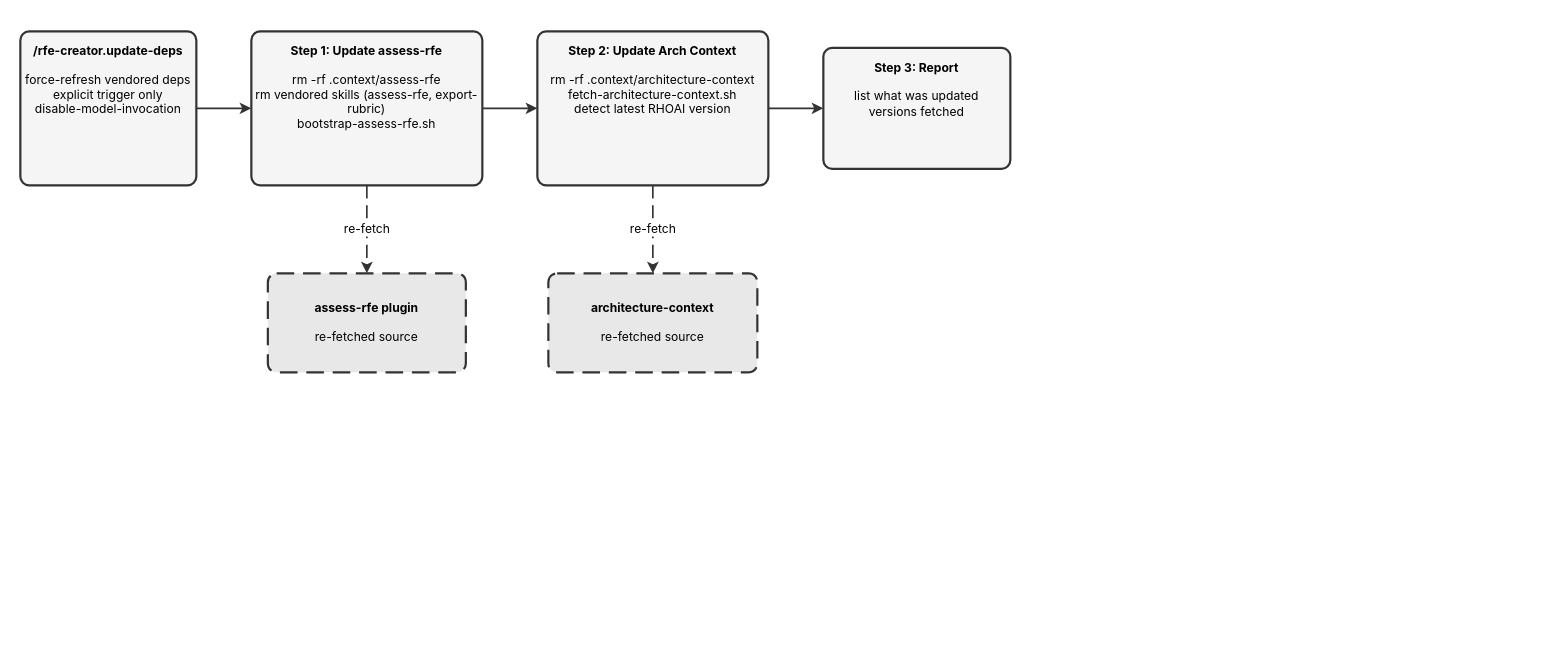
Earlier version of the draw.io diagram site/docs/plugins/rfe-creator/rfe-creator.update-deps.drawio (fege/skills-registry). Source tidied: cells renumbered, new cells numbered last; positions are measured from the earlier drawing's top-left corner, leaving out a move shared by most shapes. Both pictures are drawn from the tidied source at 110%, with x=0, y=0 at pixel (20, 31).
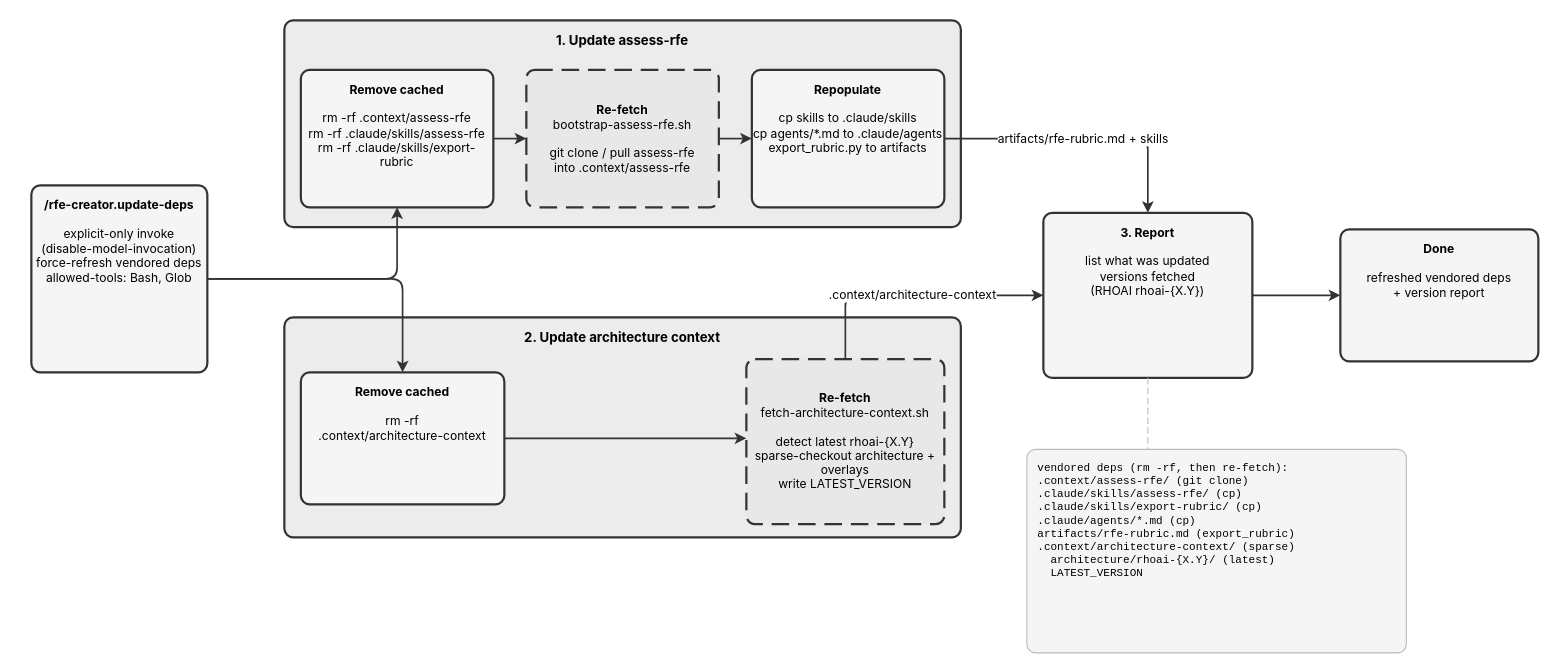
The same page after the edit.

The edit, as a diff of the source:
```diff
@@
-    <mxCell id="2" value="&lt;b&gt;/rfe-creator.update-deps&lt;/b&gt;&lt;br&gt;&lt;br&gt;force-refresh vendored deps&lt;br&gt;explicit trigger only&lt;br&gt;disable-model-invocation" style="rounded=1;whiteSpace=wrap;html=1;fillColor=#f5f5f5;strokeColor=#333333;strokeWidth=2;verticalAlign=top;spacingTop=5;fontSize=11;fontFamily=Inter,Helvetica,Arial,sans-serif;arcSize=16;absoluteArcSize=1;" parent="1" vertex="1">
-      <mxGeometry width="160" height="140" as="geometry" />
+    <mxCell id="2" value="&lt;b&gt;/rfe-creator.update-deps&lt;/b&gt;&lt;br&gt;&lt;br&gt;explicit-only invoke&lt;br&gt;(disable-model-invocation)&lt;br&gt;force-refresh vendored deps&lt;br&gt;allowed-tools: Bash, Glob" style="rounded=1;whiteSpace=wrap;html=1;fillColor=#f5f5f5;strokeColor=#333333;strokeWidth=2;verticalAlign=top;spacingTop=5;fontSize=11;fontFamily=Inter,Helvetica,Arial,sans-serif;arcSize=16;absoluteArcSize=1;" parent="1" vertex="1">
+      <mxGeometry x="10" y="140" width="160" height="170" as="geometry" />
     </mxCell>
-    <mxCell id="3" value="&lt;b&gt;Step 1: Update assess-rfe&lt;/b&gt;&lt;br&gt;&lt;br&gt;rm -rf .context/assess-rfe&lt;br&gt;rm vendored skills (assess-rfe, export-rubric)&lt;br&gt;bootstrap-assess-rfe.sh" style="rounded=1;whiteSpace=wrap;html=1;fillColor=#f5f5f5;strokeColor=#333333;strokeWidth=2;verticalAlign=top;spacingTop=5;fontSize=11;fontFamily=Inter,Helvetica,Arial,sans-serif;arcSize=16;absoluteArcSize=1;" parent="1" vertex="1">
-      <mxGeometry x="210" width="210" height="140" as="geometry" />
-    </mxCell>
-    <mxCell id="4" value="&lt;b&gt;Step 2: Update Arch Context&lt;/b&gt;&lt;br&gt;&lt;br&gt;rm -rf .context/architecture-context&lt;br&gt;fetch-architecture-context.sh&lt;br&gt;detect latest RHOAI version" style="rounded=1;whiteSpace=wrap;html=1;fillColor=#f5f5f5;strokeColor=#333333;strokeWidth=2;verticalAlign=top;spacingTop=5;fontSize=11;fontFamily=Inter,Helvetica,Arial,sans-serif;arcSize=16;absoluteArcSize=1;" parent="1" vertex="1">
-      <mxGeometry x="470" width="210" height="140" as="geometry" />
-    </mxCell>
+    <mxCell id="13" value="&lt;b&gt;1. Update assess-rfe&lt;/b&gt;" style="rounded=1;whiteSpace=wrap;html=1;fillColor=#ececec;strokeColor=#333333;strokeWidth=2;verticalAlign=top;spacingTop=5;fontSize=12;fontStyle=1;fontFamily=Inter,Helvetica,Arial,sans-serif;arcSize=16;absoluteArcSize=1;" parent="1" vertex="1">
+      <mxGeometry x="240" y="-10" width="615" height="188" as="geometry" />
+    </mxCell>
+    <mxCell id="14" value="&lt;b&gt;Remove cached&lt;/b&gt;&lt;br&gt;&lt;br&gt;rm -rf .context/assess-rfe&lt;br&gt;rm -rf .claude/skills/assess-rfe&lt;br&gt;rm -rf .claude/skills/export-rubric" style="rounded=1;whiteSpace=wrap;html=1;fillColor=#f5f5f5;strokeColor=#333333;strokeWidth=2;verticalAlign=top;spacingTop=5;fontSize=11;fontFamily=Inter,Helvetica,Arial,sans-serif;arcSize=16;absoluteArcSize=1;" parent="13" vertex="1">
+      <mxGeometry x="15" y="45" width="175" height="125" as="geometry" />
+    </mxCell>
+    <mxCell id="15" value="&lt;b&gt;Re-fetch&lt;/b&gt;&lt;br&gt;bootstrap-assess-rfe.sh&lt;br&gt;&lt;br&gt;git clone / pull assess-rfe&lt;br&gt;into .context/assess-rfe" style="rounded=1;whiteSpace=wrap;html=1;fillColor=#e8e8e8;strokeColor=#333333;strokeWidth=2;dashed=1;dashPattern=8 4;verticalAlign=middle;fontSize=11;fontFamily=Inter,Helvetica,Arial,sans-serif;arcSize=16;absoluteArcSize=1;" parent="13" vertex="1">
+      <mxGeometry x="220" y="45" width="175" height="125" as="geometry" />
+    </mxCell>
+    <mxCell id="16" value="&lt;b&gt;Repopulate&lt;/b&gt;&lt;br&gt;&lt;br&gt;cp skills to .claude/skills&lt;br&gt;cp agents/*.md to .claude/agents&lt;br&gt;export_rubric.py to artifacts" style="rounded=1;whiteSpace=wrap;html=1;fillColor=#f5f5f5;strokeColor=#333333;strokeWidth=2;verticalAlign=top;spacingTop=5;fontSize=11;fontFamily=Inter,Helvetica,Arial,sans-serif;arcSize=16;absoluteArcSize=1;" parent="13" vertex="1">
+      <mxGeometry x="425" y="45" width="175" height="125" as="geometry" />
+    </mxCell>
+    <mxCell id="17" value="&lt;b&gt;2. Update architecture context&lt;/b&gt;" style="rounded=1;whiteSpace=wrap;html=1;fillColor=#ececec;strokeColor=#333333;strokeWidth=2;verticalAlign=top;spacingTop=5;fontSize=12;fontStyle=1;fontFamily=Inter,Helvetica,Arial,sans-serif;arcSize=16;absoluteArcSize=1;" parent="1" vertex="1">
+      <mxGeometry x="240" y="260" width="615" height="200" as="geometry" />
+    </mxCell>
+    <mxCell id="18" value="&lt;b&gt;Remove cached&lt;/b&gt;&lt;br&gt;&lt;br&gt;rm -rf&lt;br&gt;.context/architecture-context" style="rounded=1;whiteSpace=wrap;html=1;fillColor=#f5f5f5;strokeColor=#333333;strokeWidth=2;verticalAlign=top;spacingTop=5;fontSize=11;fontFamily=Inter,Helvetica,Arial,sans-serif;arcSize=16;absoluteArcSize=1;" parent="17" vertex="1">
+      <mxGeometry x="15" y="50" width="185" height="120" as="geometry" />
+    </mxCell>
+    <mxCell id="19" value="&lt;b&gt;Re-fetch&lt;/b&gt;&lt;br&gt;fetch-architecture-context.sh&lt;br&gt;&lt;br&gt;detect latest rhoai-{X.Y}&lt;br&gt;sparse-checkout architecture + overlays&lt;br&gt;write LATEST_VERSION" style="rounded=1;whiteSpace=wrap;html=1;fillColor=#e8e8e8;strokeColor=#333333;strokeWidth=2;dashed=1;dashPattern=8 4;verticalAlign=middle;fontSize=11;fontFamily=Inter,Helvetica,Arial,sans-serif;arcSize=16;absoluteArcSize=1;" parent="17" vertex="1">
+      <mxGeometry x="420" y="38" width="180" height="150" as="geometry" />
+    </mxCell>
-    <mxCell id="5" value="&lt;b&gt;Step 3: Report&lt;/b&gt;&lt;br&gt;&lt;br&gt;list what was updated&lt;br&gt;versions fetched" style="rounded=1;whiteSpace=wrap;html=1;fillColor=#f5f5f5;strokeColor=#333333;strokeWidth=2;verticalAlign=top;spacingTop=5;fontSize=11;fontFamily=Inter,Helvetica,Arial,sans-serif;arcSize=16;absoluteArcSize=1;" parent="1" vertex="1">
-      <mxGeometry x="730" y="15" width="170" height="110" as="geometry" />
+    <mxCell id="5" value="&lt;b&gt;3. Report&lt;/b&gt;&lt;br&gt;&lt;br&gt;list what was updated&lt;br&gt;versions fetched&lt;br&gt;(RHOAI rhoai-{X.Y})" style="rounded=1;whiteSpace=wrap;html=1;fillColor=#f5f5f5;strokeColor=#333333;strokeWidth=2;verticalAlign=top;spacingTop=5;fontSize=11;fontFamily=Inter,Helvetica,Arial,sans-serif;arcSize=16;absoluteArcSize=1;" parent="1" vertex="1">
+      <mxGeometry x="930" y="165" width="190" height="150" as="geometry" />
     </mxCell>
-    <mxCell id="6" value="&lt;b&gt;assess-rfe plugin&lt;/b&gt;&lt;br&gt;&lt;br&gt;re-fetched source" style="rounded=1;whiteSpace=wrap;html=1;fillColor=#e8e8e8;strokeColor=#333333;strokeWidth=2;dashed=1;dashPattern=8 4;verticalAlign=middle;fontSize=11;fontFamily=Inter,Helvetica,Arial,sans-serif;arcSize=16;absoluteArcSize=1;" parent="1" vertex="1">
-      <mxGeometry x="225" y="220" width="180" height="90" as="geometry" />
-    </mxCell>
-    <mxCell id="7" value="&lt;b&gt;architecture-context&lt;/b&gt;&lt;br&gt;&lt;br&gt;re-fetched source" style="rounded=1;whiteSpace=wrap;html=1;fillColor=#e8e8e8;strokeColor=#333333;strokeWidth=2;dashed=1;dashPattern=8 4;verticalAlign=middle;fontSize=11;fontFamily=Inter,Helvetica,Arial,sans-serif;arcSize=16;absoluteArcSize=1;" parent="1" vertex="1">
-      <mxGeometry x="480" y="220" width="190" height="90" as="geometry" />
-    </mxCell>
-    <mxCell id="8" style="edgeStyle=orthogonalEdgeStyle;rounded=1;strokeColor=#333333;strokeWidth=1.5;html=1;fontFamily=Inter,Helvetica,Arial,sans-serif;exitX=1.0;exitY=0.5;exitDx=0;exitDy=0;entryX=0.0;entryY=0.5;entryDx=0;entryDy=0;" parent="1" edge="1" source="2" target="3">
-      <mxGeometry relative="1" as="geometry" />
-    </mxCell>
-    <mxCell id="9" style="edgeStyle=orthogonalEdgeStyle;rounded=1;strokeColor=#333333;strokeWidth=1.5;html=1;fontFamily=Inter,Helvetica,Arial,sans-serif;exitX=1.0;exitY=0.5;exitDx=0;exitDy=0;entryX=0.0;entryY=0.5;entryDx=0;entryDy=0;" parent="1" edge="1" source="3" target="4">
-      <mxGeometry relative="1" as="geometry" />
-    </mxCell>
-    <mxCell id="10" style="edgeStyle=orthogonalEdgeStyle;rounded=1;strokeColor=#333333;strokeWidth=1.5;html=1;fontFamily=Inter,Helvetica,Arial,sans-serif;exitX=1.0;exitY=0.5;exitDx=0;exitDy=0;entryX=0.0;entryY=0.5;entryDx=0;entryDy=0;" parent="1" edge="1" source="4" target="5">
-      <mxGeometry relative="1" as="geometry" />
-    </mxCell>
-    <mxCell id="11" value="re-fetch" style="edgeStyle=orthogonalEdgeStyle;rounded=1;strokeColor=#333333;strokeWidth=1.5;html=1;fontFamily=Inter,Helvetica,Arial,sans-serif;dashed=1;dashPattern=8 4;exitX=0.5;exitY=1.0;exitDx=0;exitDy=0;entryX=0.5;entryY=0.0;entryDx=0;entryDy=0;" parent="1" edge="1" source="3" target="6">
-      <mxGeometry relative="1" as="geometry" />
-    </mxCell>
-    <mxCell id="12" value="re-fetch" style="edgeStyle=orthogonalEdgeStyle;rounded=1;strokeColor=#333333;strokeWidth=1.5;html=1;fontFamily=Inter,Helvetica,Arial,sans-serif;dashed=1;dashPattern=8 4;exitX=0.5;exitY=1.0;exitDx=0;exitDy=0;entryX=0.5;entryY=0.0;entryDx=0;entryDy=0;" parent="1" edge="1" source="4" target="7">
-      <mxGeometry relative="1" as="geometry" />
-    </mxCell>
+    <mxCell id="20" value="&lt;b&gt;Done&lt;/b&gt;&lt;br&gt;&lt;br&gt;refreshed vendored deps&lt;br&gt;+ version report" style="rounded=1;whiteSpace=wrap;html=1;fillColor=#f5f5f5;strokeColor=#333333;strokeWidth=2;verticalAlign=top;spacingTop=5;fontSize=11;fontFamily=Inter,Helvetica,Arial,sans-serif;arcSize=16;absoluteArcSize=1;" parent="1" vertex="1">
+      <mxGeometry x="1200" y="180" width="180" height="120" as="geometry" />
+    </mxCell>
+    <mxCell id="21" value="vendored deps (rm -rf, then re-fetch):&lt;br&gt;.context/assess-rfe/  (git clone)&lt;br&gt;.claude/skills/assess-rfe/  (cp)&lt;br&gt;.claude/skills/export-rubric/  (cp)&lt;br&gt;.claude/agents/*.md  (cp)&lt;br&gt;artifacts/rfe-rubric.md  (export_rubric)&lt;br&gt;.context/architecture-context/  (sparse)&lt;br&gt;&amp;nbsp;&amp;nbsp;architecture/rhoai-{X.Y}/  (latest)&lt;br&gt;&amp;nbsp;&amp;nbsp;LATEST_VERSION" style="rounded=1;whiteSpace=wrap;html=1;fillColor=#f5f5f5;strokeColor=#bbbbbb;strokeWidth=1;verticalAlign=top;spacingTop=5;align=left;spacingLeft=8;fontSize=10;fontFamily=JetBrains Mono,Courier New,monospace;arcSize=16;absoluteArcSize=1;" parent="1" vertex="1">
+      <mxGeometry x="915" y="380" width="345" height="185" as="geometry" />
+    </mxCell>
+    <mxCell id="22" style="edgeStyle=orthogonalEdgeStyle;rounded=1;strokeColor=#333333;strokeWidth=1.5;html=1;fontFamily=Inter,Helvetica,Arial,sans-serif;exitX=1;exitY=0.5;exitDx=0;exitDy=0;entryX=0.5;entryY=1;entryDx=0;entryDy=0;" parent="1" edge="1" source="2" target="14">
+      <mxGeometry relative="1" as="geometry" />
+    </mxCell>
+    <mxCell id="23" style="edgeStyle=orthogonalEdgeStyle;rounded=1;strokeColor=#333333;strokeWidth=1.5;html=1;fontFamily=Inter,Helvetica,Arial,sans-serif;exitX=1;exitY=0.5;exitDx=0;exitDy=0;entryX=0.5;entryY=0;entryDx=0;entryDy=0;" parent="1" edge="1" source="2" target="18">
+      <mxGeometry relative="1" as="geometry" />
+    </mxCell>
+    <mxCell id="24" style="edgeStyle=orthogonalEdgeStyle;rounded=1;strokeColor=#333333;strokeWidth=1.5;html=1;fontFamily=Inter,Helvetica,Arial,sans-serif;exitX=1;exitY=0.5;exitDx=0;exitDy=0;entryX=0;entryY=0.5;entryDx=0;entryDy=0;" parent="1" edge="1" source="14" target="15">
+      <mxGeometry relative="1" as="geometry" />
+    </mxCell>
+    <mxCell id="25" style="edgeStyle=orthogonalEdgeStyle;rounded=1;strokeColor=#333333;strokeWidth=1.5;html=1;fontFamily=Inter,Helvetica,Arial,sans-serif;exitX=1;exitY=0.5;exitDx=0;exitDy=0;entryX=0;entryY=0.5;entryDx=0;entryDy=0;" parent="1" edge="1" source="15" target="16">
+      <mxGeometry relative="1" as="geometry" />
+    </mxCell>
+    <mxCell id="26" style="edgeStyle=orthogonalEdgeStyle;rounded=1;strokeColor=#333333;strokeWidth=1.5;html=1;fontFamily=Inter,Helvetica,Arial,sans-serif;exitX=1;exitY=0.5;exitDx=0;exitDy=0;entryX=0;entryY=0.48;entryDx=0;entryDy=0;" parent="1" edge="1" source="18" target="19">
+      <mxGeometry relative="1" as="geometry" />
+    </mxCell>
+    <mxCell id="27" value="artifacts/rfe-rubric.md + skills" style="edgeStyle=orthogonalEdgeStyle;rounded=1;strokeColor=#333333;strokeWidth=1.5;html=1;fontFamily=Inter,Helvetica,Arial,sans-serif;exitX=1;exitY=0.5;exitDx=0;exitDy=0;entryX=0.5;entryY=0;entryDx=0;entryDy=0;" parent="1" edge="1" source="16" target="5">
+      <mxGeometry relative="1" as="geometry" />
+    </mxCell>
+    <mxCell id="28" value=".context/architecture-context" style="edgeStyle=orthogonalEdgeStyle;rounded=1;strokeColor=#333333;strokeWidth=1.5;html=1;fontFamily=Inter,Helvetica,Arial,sans-serif;exitX=0.5;exitY=0;exitDx=0;exitDy=0;entryX=0;entryY=0.5;entryDx=0;entryDy=0;" parent="1" edge="1" source="19" target="5">
+      <mxGeometry relative="1" as="geometry" />
+    </mxCell>
+    <mxCell id="29" style="edgeStyle=orthogonalEdgeStyle;rounded=1;strokeColor=#333333;strokeWidth=1.5;html=1;fontFamily=Inter,Helvetica,Arial,sans-serif;exitX=1;exitY=0.5;exitDx=0;exitDy=0;entryX=0;entryY=0.5;entryDx=0;entryDy=0;" parent="1" edge="1" source="5" target="20">
+      <mxGeometry relative="1" as="geometry" />
+    </mxCell>
+    <mxCell id="30" style="edgeStyle=orthogonalEdgeStyle;rounded=1;strokeColor=#bbbbbb;strokeWidth=1;dashed=1;dashPattern=6 3;html=1;endArrow=none;exitX=0.5;exitY=1;exitDx=0;exitDy=0;entryX=0.3188405797101449;entryY=0;entryDx=0;entryDy=0;" parent="1" edge="1" source="5" target="21">
+      <mxGeometry relative="1" as="geometry" />
+    </mxCell>
```
